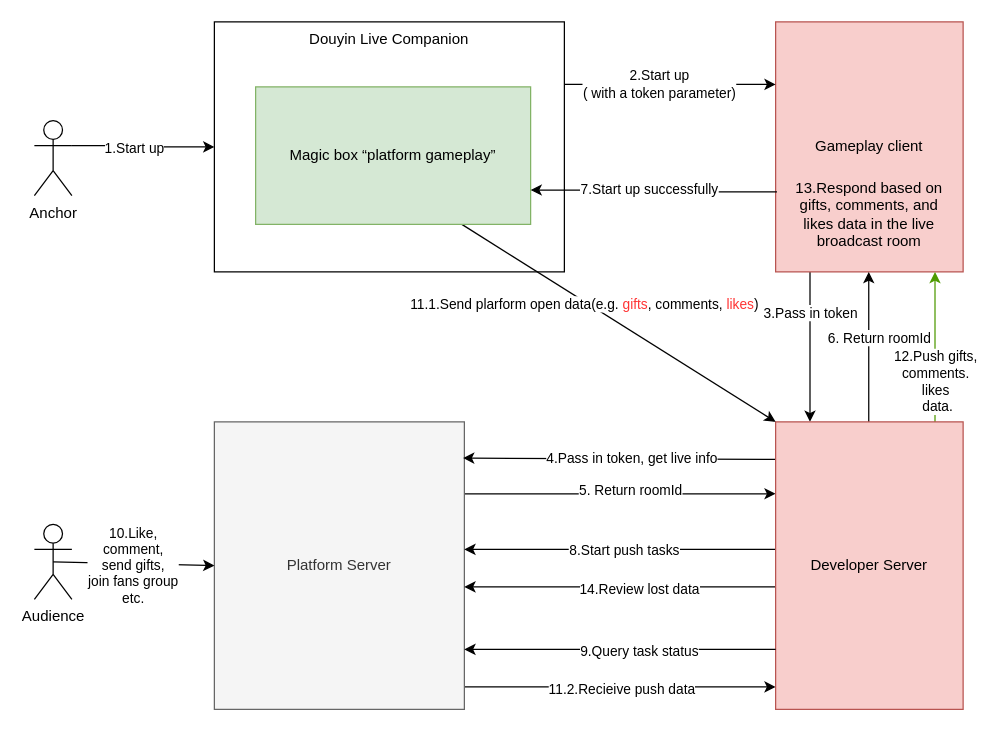
Above: 抖音小玩法接入.drawio in yaohuiwu/SimpleFS (draw.io), before the change. Source tidied: cells renumbered, new cells numbered last; positions are measured from the earlier drawing's top-left corner, leaving out a move shared by most shapes. Both pictures are drawn from the tidied source at 125%, with x=0, y=0 at pixel (34, 21).
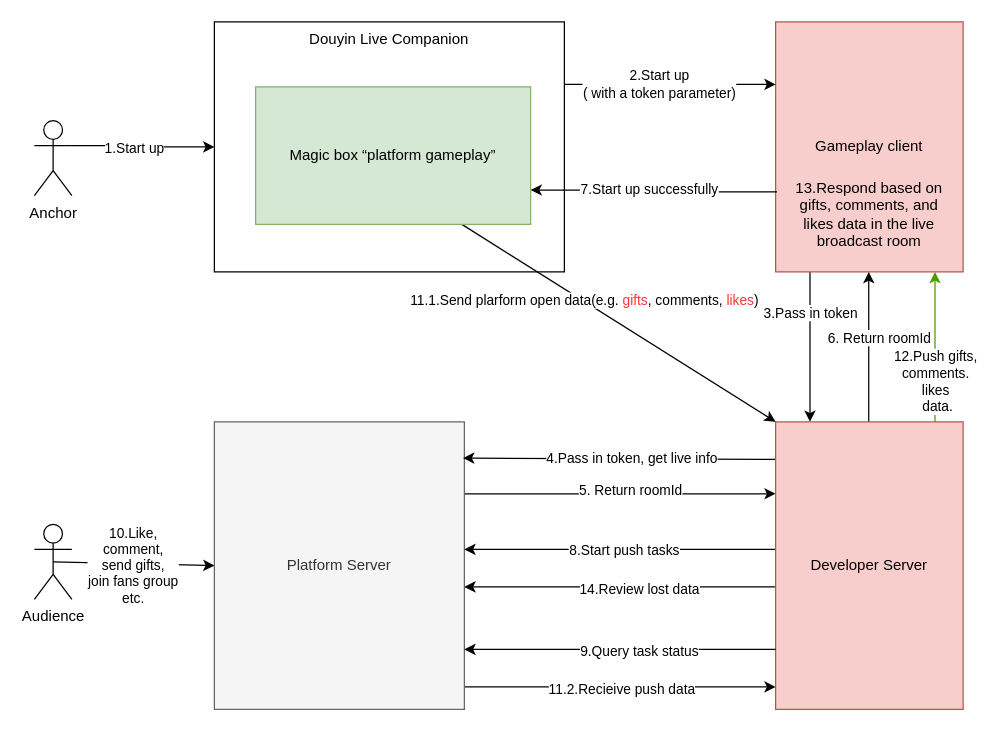
Above is the later version.

Commit message (it also covers changes not shown here):
更新抖音小玩法接入.drawio

The change refers to these unchanged cells:
```xml
<mxCell id="30" style="edgeStyle=none;rounded=0;jettySize=auto;html=1;exitX=0.75;exitY=1;exitDx=0;exitDy=0;entryX=0;entryY=0;entryDx=0;entryDy=0;" parent="1" edge="1" source="32" target="26">
  <mxGeometry relative="1" as="geometry" />
</mxCell>
```

Diff of the diagram source:
```diff
@@
-    <mxCell id="31" value="11.1.Send plarform open data(e.g. &lt;font color=&quot;#ff3333&quot;&gt;gifts&lt;/font&gt;, comments, &lt;font color=&quot;#ff3333&quot;&gt;likes&lt;/font&gt;)" style="edgeLabel;html=1;align=center;verticalAlign=middle;" parent="30" vertex="1">
-      <mxGeometry x="-0.22" y="-2" relative="1" as="geometry" />
+    <mxCell id="31" value="11.1.Send plarform open data(e.g. &lt;font style=&quot;--darkreader-inline-color: #ea7262;&quot; color=&quot;#ff3333&quot;&gt;gifts&lt;/font&gt;, comments, &lt;font style=&quot;--darkreader-inline-color: #ea7262;&quot; color=&quot;#ff3333&quot;&gt;likes&lt;/font&gt;)" style="edgeLabel;html=1;align=center;verticalAlign=middle;" parent="30" vertex="1">
+      <mxGeometry x="-0.22" y="-2" relative="1" as="geometry">
+        <mxPoint y="-3" as="offset" />
+      </mxGeometry>
     </mxCell>
```
